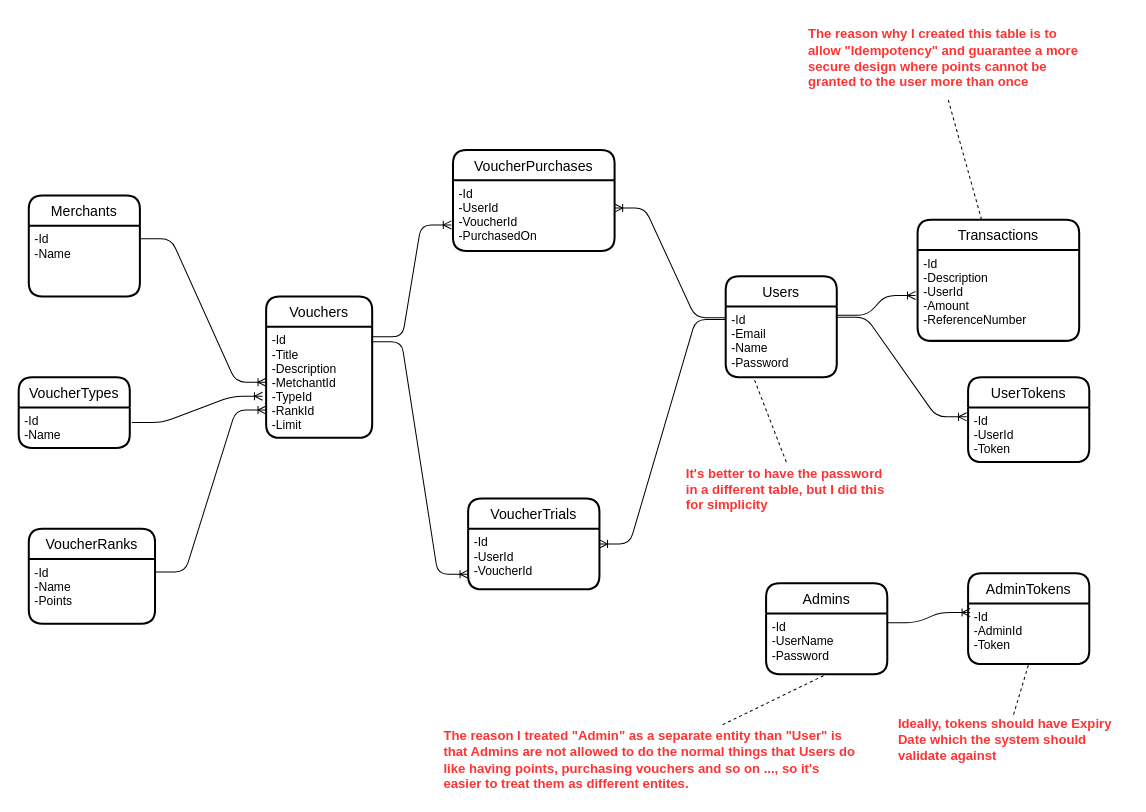
Earlier version of the draw.io diagram model-design.drawio (abdlrhmanshehatamoussa/RewardingSystem). Source tidied: cells renumbered, new cells numbered last; positions are measured from the earlier drawing's top-left corner, leaving out a move shared by most shapes. Both pictures are drawn from the tidied source at 101%, with x=0, y=0 at pixel (18, 17).
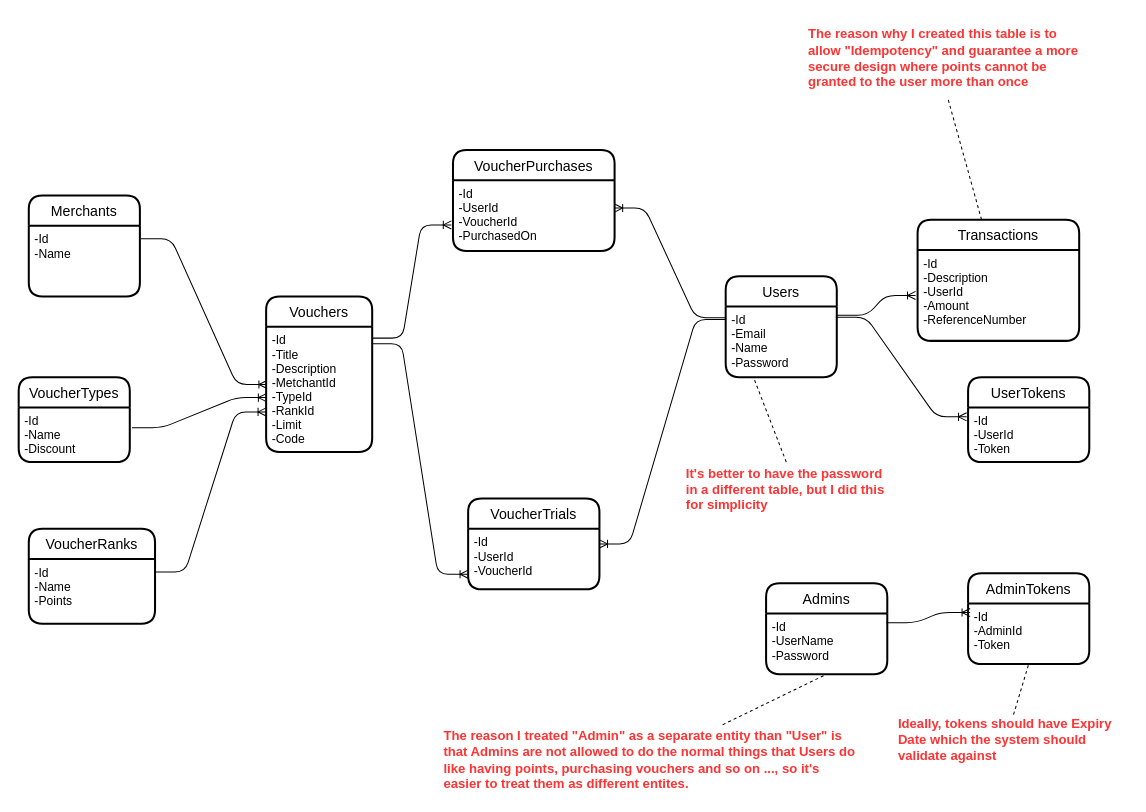
The same page after the edit.

Unchanged cells that the change refers to:
```xml
<mxCell id="5" value="-Id&#10;-Name&#10;" style="align=left;strokeColor=none;fillColor=none;spacingLeft=4;fontSize=12;verticalAlign=top;" parent="4" vertex="1">
  <mxGeometry y="30" width="110" height="70" as="geometry" />
</mxCell>
<mxCell id="13" value="-Id&#10;-Name&#10;-Points" style="align=left;strokeColor=none;fillColor=none;spacingLeft=4;fontSize=12;verticalAlign=top;" parent="12" vertex="1">
  <mxGeometry y="30" width="125" height="64" as="geometry" />
</mxCell>
```

Diff of the diagram source:
```diff
@@
     <mxCell id="6" value="Vouchers" style="swimlane;horizontal=1;startSize=30;rounded=1;fontSize=14;fontStyle=0;strokeWidth=2;shadow=0;dashed=0;align=center;" parent="1" vertex="1">
-      <mxGeometry x="245" y="276" width="105" height="140" as="geometry" />
+      <mxGeometry x="245" y="276" width="105" height="154" as="geometry" />
     </mxCell>
-    <mxCell id="7" value="-Id&#10;-Title&#10;-Description&#10;-MetchantId&#10;-TypeId&#10;-RankId&#10;-Limit" style="align=left;strokeColor=none;fillColor=none;spacingLeft=4;fontSize=12;verticalAlign=top;" parent="6" vertex="1">
-      <mxGeometry y="30" width="105" height="110" as="geometry" />
+    <mxCell id="7" value="-Id&#10;-Title&#10;-Description&#10;-MetchantId&#10;-TypeId&#10;-RankId&#10;-Limit&#10;-Code" style="align=left;strokeColor=none;fillColor=none;spacingLeft=4;fontSize=12;verticalAlign=top;" parent="6" vertex="1">
+      <mxGeometry y="30" width="105" height="124" as="geometry" />
     </mxCell>
-    <mxCell id="8" style="edgeStyle=entityRelationEdgeStyle;fontSize=12;html=1;endArrow=ERoneToMany;exitX=1.009;exitY=0.184;exitDx=0;exitDy=0;exitPerimeter=0;entryX=0;entryY=0.5;entryDx=0;entryDy=0;" parent="1" edge="1" source="5" target="7">
+    <mxCell id="8" style="edgeStyle=entityRelationEdgeStyle;fontSize=12;html=1;endArrow=ERoneToMany;exitX=1.009;exitY=0.184;exitDx=0;exitDy=0;exitPerimeter=0;entryX=0.008;entryY=0.461;entryDx=0;entryDy=0;entryPerimeter=0;" parent="1" edge="1" source="5" target="7">
       <mxGeometry relative="1" as="geometry" />
     </mxCell>
     <mxCell id="9" value="VoucherTypes" style="swimlane;horizontal=1;startSize=30;rounded=1;fontSize=14;fontStyle=0;strokeWidth=2;shadow=0;dashed=0;align=center;" parent="1" vertex="1">
-      <mxGeometry y="356" width="110" height="70" as="geometry" />
+      <mxGeometry y="356" width="110" height="84" as="geometry" />
     </mxCell>
-    <mxCell id="10" value="-Id&#10;-Name" style="align=left;strokeColor=none;fillColor=none;spacingLeft=4;fontSize=12;verticalAlign=top;" parent="9" vertex="1">
-      <mxGeometry y="30" width="110" height="40" as="geometry" />
+    <mxCell id="10" value="-Id&#10;-Name&#10;-Discount" style="align=left;strokeColor=none;fillColor=none;spacingLeft=4;fontSize=12;verticalAlign=top;" parent="9" vertex="1">
+      <mxGeometry y="30" width="110" height="54" as="geometry" />
     </mxCell>
-    <mxCell id="11" style="edgeStyle=entityRelationEdgeStyle;fontSize=12;html=1;endArrow=ERoneToMany;exitX=1.02;exitY=0.37;exitDx=0;exitDy=0;exitPerimeter=0;entryX=-0.034;entryY=0.626;entryDx=0;entryDy=0;entryPerimeter=0;" parent="1" edge="1" source="10" target="7">
+    <mxCell id="11" style="edgeStyle=entityRelationEdgeStyle;fontSize=12;html=1;endArrow=ERoneToMany;exitX=1.02;exitY=0.37;exitDx=0;exitDy=0;exitPerimeter=0;entryX=0.003;entryY=0.566;entryDx=0;entryDy=0;entryPerimeter=0;" parent="1" edge="1" source="10" target="7">
       <mxGeometry relative="1" as="geometry" />
     </mxCell>
@@
-    <mxCell id="14" style="edgeStyle=entityRelationEdgeStyle;fontSize=12;html=1;endArrow=ERoneToMany;exitX=0.998;exitY=0.2;exitDx=0;exitDy=0;entryX=0;entryY=0.75;entryDx=0;entryDy=0;exitPerimeter=0;" parent="1" edge="1" source="13" target="7">
+    <mxCell id="14" style="edgeStyle=entityRelationEdgeStyle;fontSize=12;html=1;endArrow=ERoneToMany;exitX=0.998;exitY=0.2;exitDx=0;exitDy=0;entryX=0;entryY=0.68;entryDx=0;entryDy=0;exitPerimeter=0;entryPerimeter=0;" parent="1" edge="1" source="13" target="7">
       <mxGeometry relative="1" as="geometry" />
     </mxCell>
```
